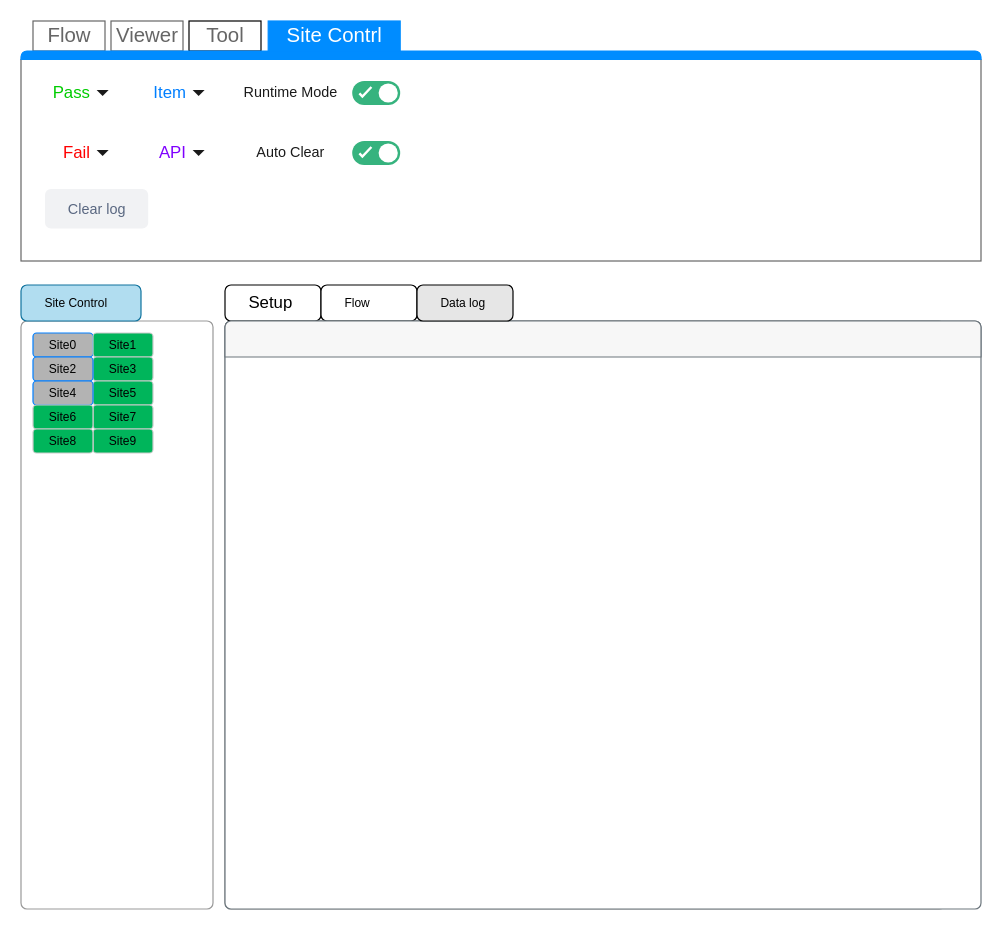
Above: page "Data log" (4 of 5) of SG9KG5/UI Design/Engineering/Engineering Mode.drawio in Jasson-Chou/Software-Projects (draw.io), before the change. Source tidied: cells renumbered, new cells numbered last; positions are measured from the earlier drawing's top-left corner, leaving out a move shared by most shapes. Both pictures are drawn from the tidied source at 120%, with x=0, y=0 at pixel (20, 20).
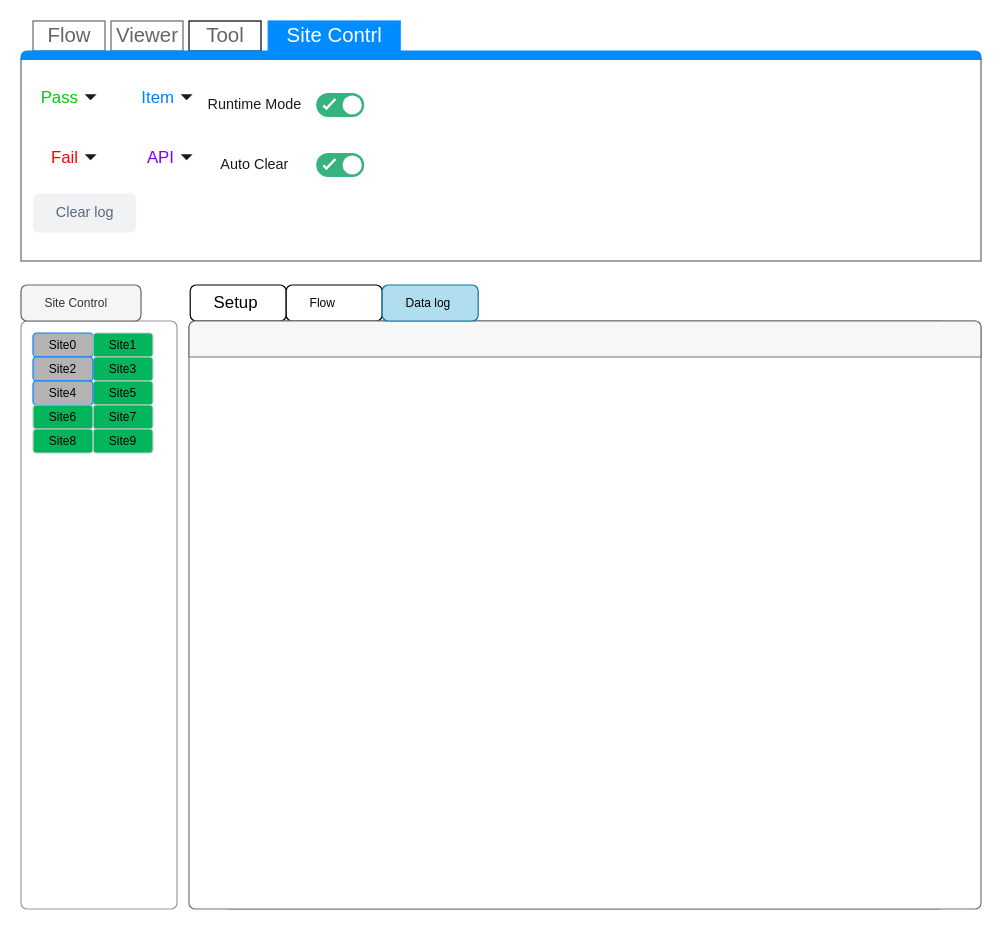
After the change.

The change refers to these unchanged cells:
```xml
<mxCell id="3" style="strokeWidth=1;shadow=0;dashed=0;align=center;html=1;shape=mxgraph.mockup.containers.marginRect2;rectMarginTop=32;strokeColor=#666666;gradientColor=none;fontColor=#00CC00;" parent="1" vertex="1">
  <mxGeometry width="800" height="200" as="geometry" />
</mxCell>
```

What changed in the source:
```diff
@@
     <mxCell id="7" value="&lt;font color=&quot;#00cc00&quot;&gt;Pass&lt;/font&gt;" style="html=1;shadow=0;dashed=0;shape=mxgraph.bootstrap.rrect;rSize=5;strokeWidth=1;fontColor=#ffffff;whiteSpace=wrap;align=right;verticalAlign=middle;fontStyle=0;fontSize=14;spacingRight=20;fillColor=none;strokeColor=none;" parent="3" vertex="1">
-      <mxGeometry x="10" y="40" width="70" height="40" as="geometry" />
+      <mxGeometry y="43.5" width="70" height="40" as="geometry" />
     </mxCell>
@@
     <mxCell id="9" value="&lt;font color=&quot;#007fff&quot;&gt;Item&lt;/font&gt;" style="html=1;shadow=0;dashed=0;shape=mxgraph.bootstrap.rrect;rSize=5;strokeWidth=1;fontColor=#ffffff;whiteSpace=wrap;align=right;verticalAlign=middle;fontStyle=0;fontSize=14;spacingRight=20;fillColor=none;strokeColor=none;" parent="3" vertex="1">
-      <mxGeometry x="90" y="40" width="70" height="40" as="geometry" />
+      <mxGeometry x="80" y="43.5" width="70" height="40" as="geometry" />
     </mxCell>
@@
     <mxCell id="11" value="&lt;font color=&quot;#ff0000&quot;&gt;Fail&lt;/font&gt;" style="html=1;shadow=0;dashed=0;shape=mxgraph.bootstrap.rrect;rSize=5;strokeWidth=1;fontColor=#ffffff;whiteSpace=wrap;align=right;verticalAlign=middle;fontStyle=0;fontSize=14;spacingRight=20;fillColor=none;strokeColor=none;" parent="3" vertex="1">
-      <mxGeometry x="10" y="90" width="70" height="40" as="geometry" />
+      <mxGeometry y="93.5" width="70" height="40" as="geometry" />
     </mxCell>
@@
     <mxCell id="13" value="&lt;font color=&quot;#7f00ff&quot;&gt;API&lt;/font&gt;" style="html=1;shadow=0;dashed=0;shape=mxgraph.bootstrap.rrect;rSize=5;strokeWidth=1;fontColor=#ffffff;whiteSpace=wrap;align=right;verticalAlign=middle;fontStyle=0;fontSize=14;spacingRight=20;fillColor=none;strokeColor=none;" parent="3" vertex="1">
-      <mxGeometry x="90" y="90" width="70" height="40" as="geometry" />
+      <mxGeometry x="80" y="93.5" width="70" height="40" as="geometry" />
     </mxCell>
@@
+    <mxCell id="25" value="Clear log" style="rounded=1;fillColor=#F1F2F4;strokeColor=none;html=1;fontColor=#596780;align=center;verticalAlign=middle;fontStyle=0;fontSize=12;" parent="3" vertex="1">
+      <mxGeometry x="10" y="143.5" width="86" height="33" as="geometry" />
+    </mxCell>
     <mxCell id="15" style="group;" parent="3" vertex="1">
-      <mxGeometry x="180" y="50" width="136" height="20" as="geometry" />
+      <mxGeometry x="150" y="60" width="136" height="20" as="geometry" />
     </mxCell>
@@
     <mxCell id="20" style="group;" parent="3" vertex="1">
-      <mxGeometry x="180" y="100" width="136" height="20" as="geometry" />
+      <mxGeometry x="150" y="110" width="136" height="20" as="geometry" />
     </mxCell>
@@
-    <mxCell id="25" value="Clear log" style="rounded=1;fillColor=#F1F2F4;strokeColor=none;html=1;fontColor=#596780;align=center;verticalAlign=middle;fontStyle=0;fontSize=12;" parent="3" vertex="1">
-      <mxGeometry x="20" y="140" width="86" height="33" as="geometry" />
-    </mxCell>
@@
     <mxCell id="27" value="Setup" style="html=1;shadow=0;dashed=0;shape=mxgraph.bootstrap.rrect;rSize=5;strokeWidth=1;whiteSpace=wrap;align=left;verticalAlign=middle;spacingLeft=10;fontSize=14;spacing=10;sketch=0;" parent="1" vertex="1">
-      <mxGeometry x="170" y="220" width="80" height="30" as="geometry" />
+      <mxGeometry x="141" y="220" width="80" height="30" as="geometry" />
     </mxCell>
     <mxCell id="28" value="Flow" style="html=1;shadow=0;dashed=0;shape=mxgraph.bootstrap.rrect;rSize=5;strokeWidth=1;whiteSpace=wrap;align=left;verticalAlign=middle;spacingLeft=10;fontSize=10;spacing=10;sketch=0;" parent="1" vertex="1">
-      <mxGeometry x="250" y="220" width="80" height="30" as="geometry" />
+      <mxGeometry x="221" y="220" width="80" height="30" as="geometry" />
     </mxCell>
     <mxCell id="29" style="html=1;shadow=0;dashed=0;shape=mxgraph.bootstrap.rrect;rSize=5;strokeColor=#999999;strokeWidth=1;fillColor=#FFFFFF;fontColor=#6C767D;whiteSpace=wrap;align=left;verticalAlign=middle;spacingLeft=10;fontSize=14;spacing=10;sketch=0;" parent="1" vertex="1">
-      <mxGeometry y="250" width="160" height="490" as="geometry" />
+      <mxGeometry y="250" width="130" height="490" as="geometry" />
     </mxCell>
-    <mxCell id="30" value="Site Control" style="html=1;shadow=0;dashed=0;shape=mxgraph.bootstrap.rrect;rSize=5;strokeWidth=1;whiteSpace=wrap;align=left;verticalAlign=middle;spacingLeft=10;fontSize=10;spacing=10;sketch=0;fillColor=#b1ddf0;strokeColor=#10739e;" parent="1" vertex="1">
+    <mxCell id="30" value="Site Control" style="html=1;shadow=0;dashed=0;shape=mxgraph.bootstrap.rrect;rSize=5;strokeWidth=1;whiteSpace=wrap;align=left;verticalAlign=middle;spacingLeft=10;fontSize=10;spacing=10;sketch=0;fillColor=#f5f5f5;strokeColor=#666666;fontColor=#333333;" parent="1" vertex="1">
       <mxGeometry y="220" width="100" height="30" as="geometry" />
     </mxCell>
@@
     <mxCell id="41" style="html=1;shadow=0;dashed=0;shape=mxgraph.bootstrap.rrect;rSize=5;strokeColor=#6C767D;html=1;whiteSpace=wrap;fillColor=#ffffff;fontColor=#6C767D;verticalAlign=bottom;align=left;spacing=20;spacingBottom=0;fontSize=14;sketch=0;" parent="1" vertex="1">
-      <mxGeometry x="170" y="250" width="630" height="490" as="geometry" />
+      <mxGeometry x="140" y="250" width="660" height="490" as="geometry" />
     </mxCell>
     <mxCell id="42" style="html=1;shadow=0;dashed=0;shape=mxgraph.bootstrap.topButton;rSize=5;perimeter=none;whiteSpace=wrap;fillColor=#F7F7F7;strokeColor=#6C767D;fontColor=#6C767D;fontSize=18;align=left;spacing=20;" parent="41" vertex="1">
-      <mxGeometry width="630" height="30" relative="1" as="geometry" />
+      <mxGeometry width="660" height="30" relative="1" as="geometry" />
     </mxCell>
@@
-    <mxCell id="44" value="Data log" style="html=1;shadow=0;dashed=0;shape=mxgraph.bootstrap.rrect;rSize=5;strokeWidth=1;fillColor=#E6E6E6;whiteSpace=wrap;align=left;verticalAlign=middle;spacingLeft=10;fontSize=10;spacing=10;sketch=0;" parent="1" vertex="1">
-      <mxGeometry x="330" y="220" width="80" height="30" as="geometry" />
+    <mxCell id="44" value="Data log" style="html=1;shadow=0;dashed=0;shape=mxgraph.bootstrap.rrect;rSize=5;strokeWidth=1;fillColor=#b1ddf0;whiteSpace=wrap;align=left;verticalAlign=middle;spacingLeft=10;fontSize=10;spacing=10;sketch=0;strokeColor=#10739e;" parent="1" vertex="1">
+      <mxGeometry x="301" y="220" width="80" height="30" as="geometry" />
     </mxCell>
```
